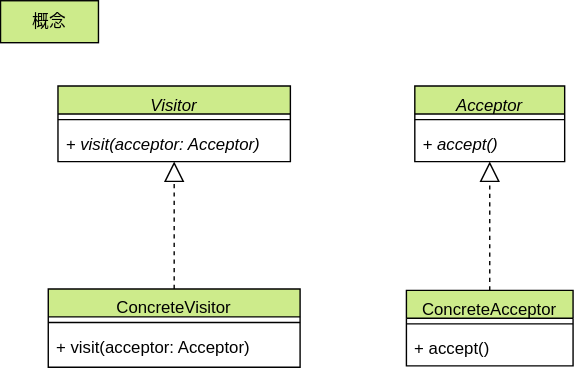
The draw.io diagram drawio/visitor/visitor-concept.drawio.svg in go-to-k/cdk-gof-design-pattern, before a commit. Source tidied: cells renumbered, new cells last; positions are measured from the earlier drawing's top-left corner, leaving out a move shared by most shapes.
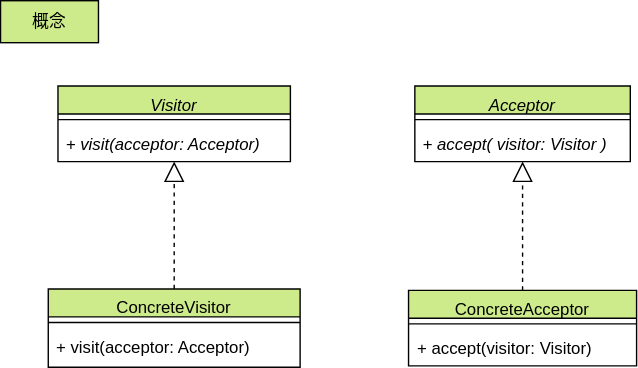
After the change.

Commit message:
change visitor diagrams

Diff of the diagram source:
```diff
@@ -27,22 +27,22 @@
       <mxGeometry relative="1" as="geometry" />
     </mxCell>
     <mxCell id="10" value="Acceptor" style="swimlane;fontStyle=2;align=center;verticalAlign=top;horizontal=1;startSize=20;rounded=0;shadow=0;strokeWidth=1;fillColor=#cdeb8b;strokeColor=#000000;fontColor=#000000;" parent="1" vertex="1">
-      <mxGeometry x="296" y="61" width="107.1" height="54" as="geometry" />
+      <mxGeometry x="296" y="61" width="154" height="54" as="geometry" />
     </mxCell>
     <mxCell id="11" style="line;html=1;strokeWidth=1;align=left;verticalAlign=middle;spacingTop=-1;spacingLeft=3;spacingRight=3;labelPosition=right;fontColor=#000000;strokeColor=#000000;" parent="10" vertex="1">
-      <mxGeometry y="20" width="107.1" height="8" as="geometry" />
+      <mxGeometry y="20" width="154" height="8" as="geometry" />
     </mxCell>
-    <mxCell id="12" value="&lt;i&gt;+ accept()&lt;/i&gt;" style="text;strokeColor=none;fillColor=none;align=left;verticalAlign=top;spacingLeft=4;spacingRight=4;overflow=hidden;whiteSpace=wrap;html=1;fontColor=#000000;" parent="10" vertex="1">
-      <mxGeometry y="28" width="107.1" height="19" as="geometry" />
+    <mxCell id="12" value="&lt;i&gt;+ accept(&lt;/i&gt;&lt;i&gt;visitor: Visitor&lt;/i&gt;&lt;i&gt;)&lt;/i&gt;" style="text;strokeColor=none;fillColor=none;align=left;verticalAlign=top;spacingLeft=4;spacingRight=4;overflow=hidden;whiteSpace=wrap;html=1;fontColor=#000000;" parent="10" vertex="1">
+      <mxGeometry y="28" width="154" height="19" as="geometry" />
     </mxCell>
     <mxCell id="13" value="ConcreteAcceptor" style="swimlane;fontStyle=0;align=center;verticalAlign=top;horizontal=1;startSize=20;rounded=0;shadow=0;strokeWidth=1;fillColor=#cdeb8b;strokeColor=#000000;fontColor=#000000;" parent="1" vertex="1">
-      <mxGeometry x="290" y="207" width="119.1" height="54" as="geometry" />
+      <mxGeometry x="291.5" y="207" width="163" height="54" as="geometry" />
     </mxCell>
     <mxCell id="14" style="line;html=1;strokeWidth=1;align=left;verticalAlign=middle;spacingTop=-1;spacingLeft=3;spacingRight=3;labelPosition=right;fontColor=#000000;strokeColor=#000000;" parent="13" vertex="1">
-      <mxGeometry y="20" width="119.1" height="8" as="geometry" />
+      <mxGeometry y="20" width="163" height="8" as="geometry" />
     </mxCell>
-    <mxCell id="15" value="+ accept()" style="text;strokeColor=none;fillColor=none;align=left;verticalAlign=top;spacingLeft=4;spacingRight=4;overflow=hidden;whiteSpace=wrap;html=1;fontColor=#000000;" parent="13" vertex="1">
-      <mxGeometry y="28" width="119.1" height="19" as="geometry" />
+    <mxCell id="15" value="+ accept(visitor: Visitor)" style="text;strokeColor=none;fillColor=none;align=left;verticalAlign=top;spacingLeft=4;spacingRight=4;overflow=hidden;whiteSpace=wrap;html=1;fontColor=#000000;" parent="13" vertex="1">
+      <mxGeometry y="28" width="163" height="19" as="geometry" />
     </mxCell>
     <mxCell id="16" style="endArrow=block;dashed=1;endFill=0;endSize=12;html=1;rounded=0;fontColor=#000000;strokeColor=#000000;labelBackgroundColor=none;" parent="1" edge="1" source="13" target="10">
       <mxGeometry relative="1" as="geometry" />
```
